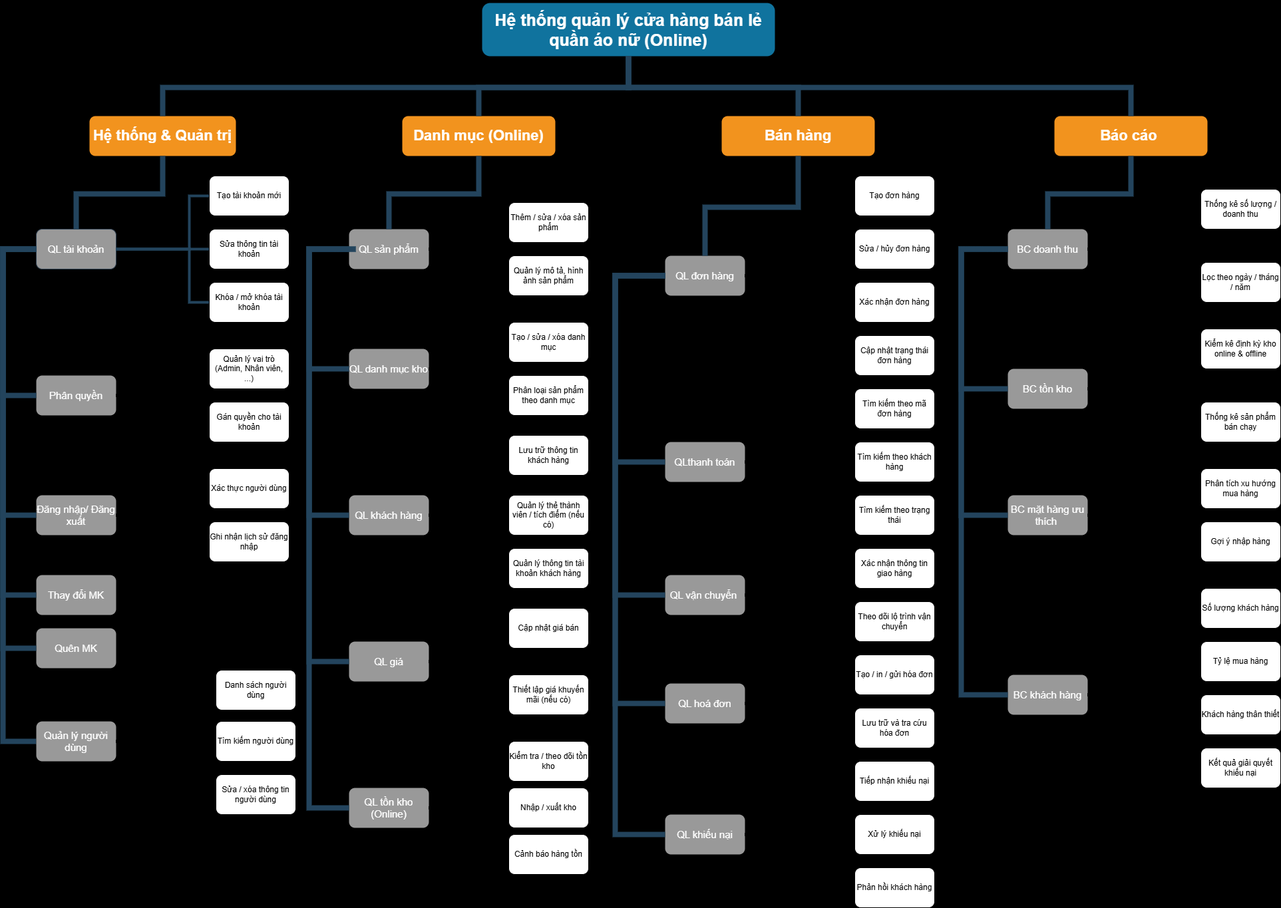
The draw.io diagram clothesShop.drawio.png in Vulien/Diagram, before a commit. Source tidied: cells renumbered, new cells last; positions are measured from the earlier drawing's top-left corner, leaving out a move shared by most shapes.
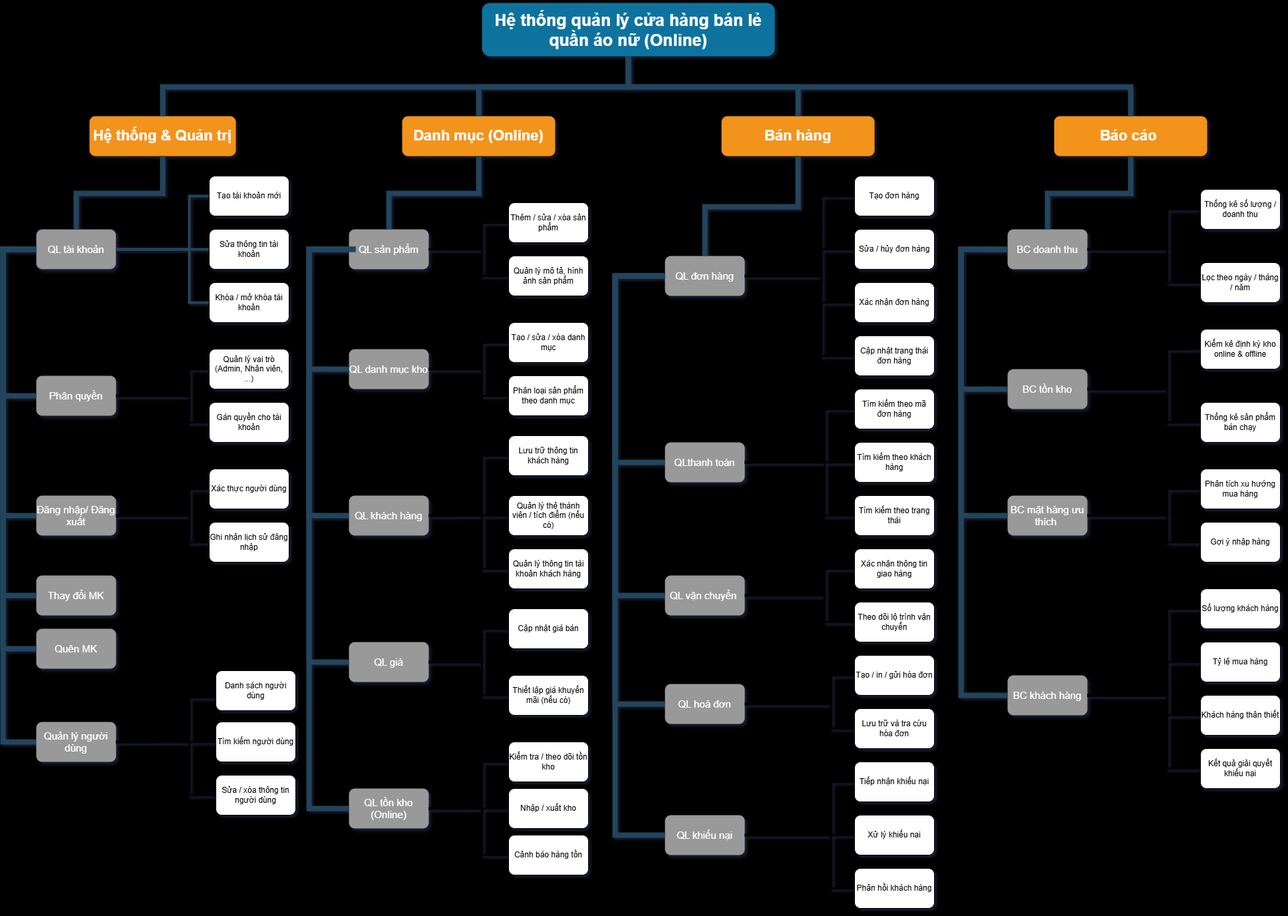
The same diagram one commit later.

Commit message:
Cập nhật clothesShop.drawio.png

The edit, as a diff of the source:
```diff
@@ -1,4 +1,4 @@
-<mxGraphModel background="light-dark(#ffffff, #d7d7d7)">
+<mxGraphModel background="light-dark(#FFFFFF,#D7D7D7)" shadow="1">
   <root>
     <mxCell id="0" />
     <mxCell id="1" parent="0" />
```
